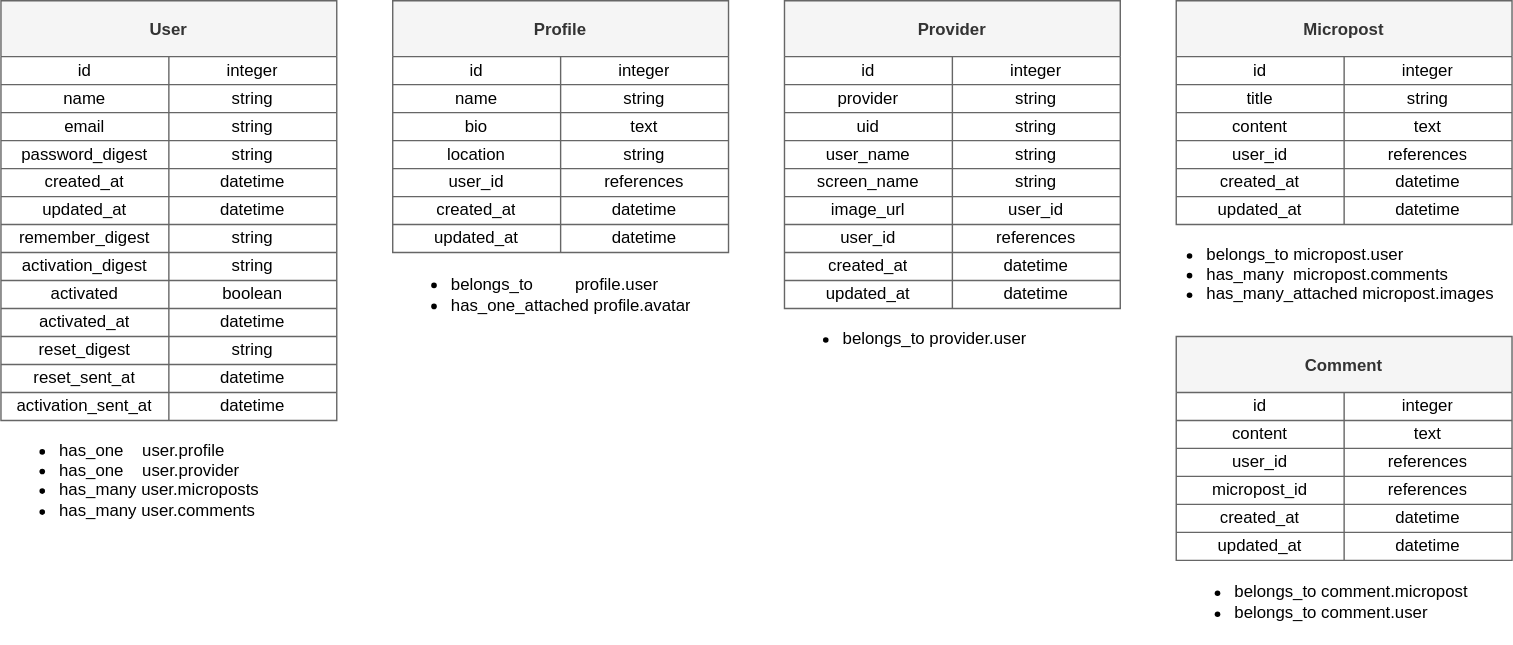
This is doc/images/model-structure.drawio.svg from ittoku703/mizusirazu, a draw.io export, as it was before one commit. Source tidied: cells renumbered, new cells last; positions are measured from the earlier drawing's top-left corner, leaving out a move shared by most shapes.
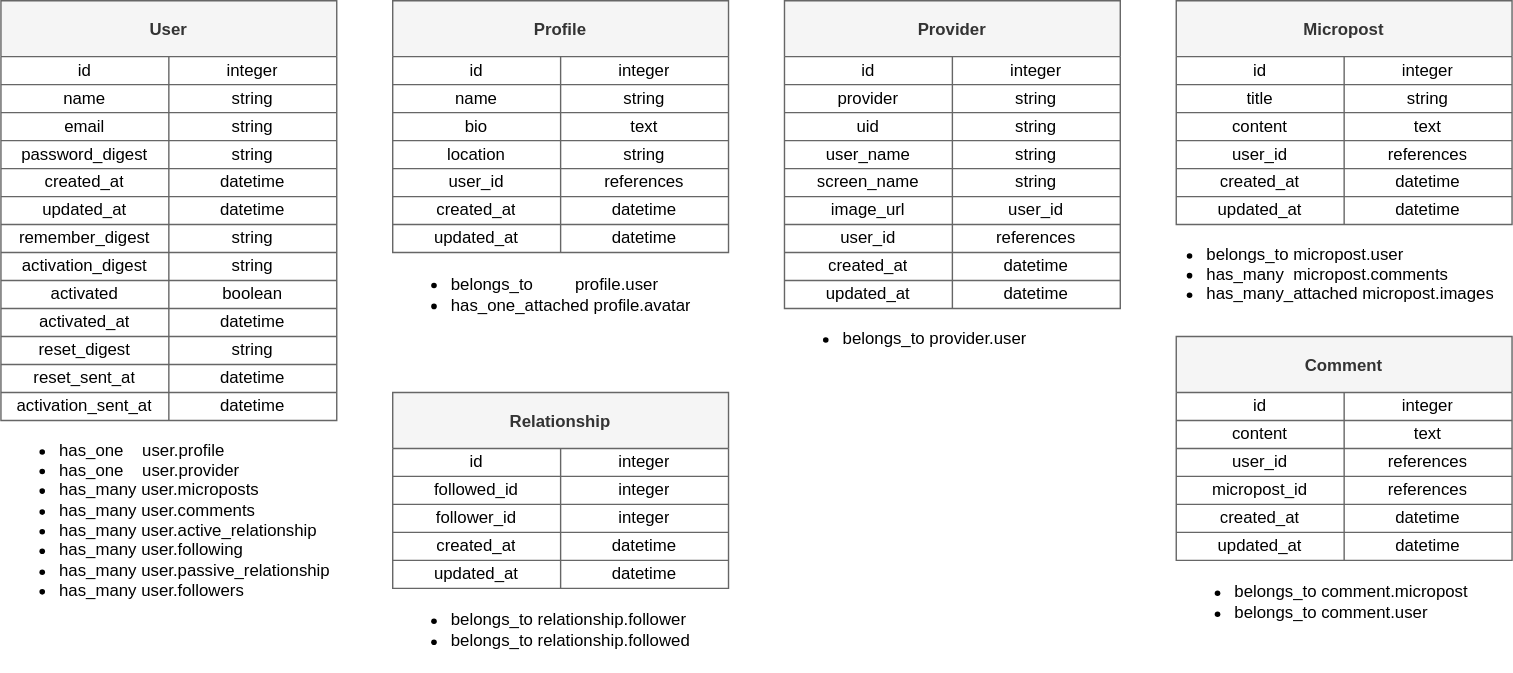
Later version of the same file.

Commit message:
#59 add Relationship model

What changed in the source:
```diff
@@ -188,8 +188,8 @@
     <mxCell id="63" value="datetime" style="shape=partialRectangle;html=1;whiteSpace=wrap;fillColor=none;top=0;left=0;bottom=0;right=0;overflow=hidden;" parent="61" vertex="1">
       <mxGeometry x="120" width="120" height="20" as="geometry" />
     </mxCell>
-    <mxCell id="64" value="&lt;ul&gt;&lt;li&gt;has_one&amp;nbsp; &amp;nbsp; user.profile&lt;/li&gt;&lt;li&gt;has_one&amp;nbsp; &amp;nbsp; user.provider&lt;/li&gt;&lt;li&gt;has_many user.microposts&lt;/li&gt;&lt;li&gt;has_many user.comments&lt;/li&gt;&lt;/ul&gt;" style="text;strokeColor=none;fillColor=none;html=1;whiteSpace=wrap;verticalAlign=middle;overflow=hidden;align=left;" parent="1" vertex="1">
-      <mxGeometry y="300" width="240" height="80" as="geometry" />
+    <mxCell id="64" value="&lt;ul&gt;&lt;li&gt;has_one&amp;nbsp; &amp;nbsp; user.profile&lt;/li&gt;&lt;li&gt;has_one&amp;nbsp; &amp;nbsp; user.provider&lt;/li&gt;&lt;li&gt;has_many user.microposts&lt;/li&gt;&lt;li&gt;has_many user.comments&lt;/li&gt;&lt;li&gt;has_many user.active_relationship&lt;/li&gt;&lt;li&gt;has_many user.following&lt;/li&gt;&lt;li&gt;has_many user.passive_relationship&lt;/li&gt;&lt;li&gt;has_many user.followers&lt;/li&gt;&lt;/ul&gt;" style="text;strokeColor=none;fillColor=none;html=1;whiteSpace=wrap;verticalAlign=middle;overflow=hidden;align=left;" parent="1" vertex="1">
+      <mxGeometry y="300" width="240" height="140" as="geometry" />
     </mxCell>
     <mxCell id="65" value="&lt;ul&gt;&lt;li&gt;belongs_to&amp;nbsp; &amp;nbsp; &amp;nbsp; &amp;nbsp; &amp;nbsp;profile.user&lt;/li&gt;&lt;li&gt;has_one_attached profile.avatar&lt;/li&gt;&lt;/ul&gt;" style="text;strokeColor=none;fillColor=none;html=1;whiteSpace=wrap;verticalAlign=middle;overflow=hidden;align=left;" parent="1" vertex="1">
       <mxGeometry x="280" y="180" width="240" height="60" as="geometry" />
@@ -401,5 +401,56 @@
     <mxCell id="134" value="&lt;ul&gt;&lt;li&gt;belongs_to comment.micropost&lt;/li&gt;&lt;li&gt;belongs_to comment.user&lt;/li&gt;&lt;/ul&gt;" style="text;strokeColor=none;fillColor=none;html=1;whiteSpace=wrap;verticalAlign=middle;overflow=hidden;align=left;" parent="1" vertex="1">
       <mxGeometry x="840" y="400" width="240" height="60" as="geometry" />
     </mxCell>
+    <mxCell id="135" value="Relationship" style="shape=table;startSize=40;fontStyle=1;align=center;fillColor=#f5f5f5;fontColor=#333333;strokeColor=#666666;" parent="1" vertex="1">
+      <mxGeometry x="280" y="280" width="240" height="140" as="geometry" />
+    </mxCell>
+    <mxCell id="136" style="shape=partialRectangle;html=1;whiteSpace=wrap;fillColor=none;top=0;left=0;bottom=0;right=0;" parent="135" vertex="1">
+      <mxGeometry y="40" width="240" height="20" as="geometry" />
+    </mxCell>
+    <mxCell id="137" value="id" style="shape=partialRectangle;html=1;whiteSpace=wrap;fillColor=none;top=0;left=0;bottom=0;right=0;overflow=hidden;" parent="136" vertex="1">
+      <mxGeometry width="120" height="20" as="geometry" />
+    </mxCell>
+    <mxCell id="138" value="integer" style="shape=partialRectangle;html=1;whiteSpace=wrap;fillColor=none;top=0;left=0;bottom=0;right=0;overflow=hidden;" parent="136" vertex="1">
+      <mxGeometry x="120" width="120" height="20" as="geometry" />
+    </mxCell>
+    <mxCell id="139" style="shape=partialRectangle;html=1;whiteSpace=wrap;fillColor=none;top=0;left=0;bottom=0;right=0;" parent="135" vertex="1">
+      <mxGeometry y="60" width="240" height="20" as="geometry" />
+    </mxCell>
+    <mxCell id="140" value="followed_id" style="shape=partialRectangle;html=1;whiteSpace=wrap;fillColor=none;top=0;left=0;bottom=0;right=0;overflow=hidden;" parent="139" vertex="1">
+      <mxGeometry width="120" height="20" as="geometry" />
+    </mxCell>
+    <mxCell id="141" value="integer" style="shape=partialRectangle;html=1;whiteSpace=wrap;fillColor=none;top=0;left=0;bottom=0;right=0;overflow=hidden;" parent="139" vertex="1">
+      <mxGeometry x="120" width="120" height="20" as="geometry" />
+    </mxCell>
+    <mxCell id="142" style="shape=partialRectangle;html=1;whiteSpace=wrap;fillColor=none;top=0;left=0;bottom=0;right=0;" parent="135" vertex="1">
+      <mxGeometry y="80" width="240" height="20" as="geometry" />
+    </mxCell>
+    <mxCell id="143" value="follower_id" style="shape=partialRectangle;html=1;whiteSpace=wrap;fillColor=none;top=0;left=0;bottom=0;right=0;overflow=hidden;" parent="142" vertex="1">
+      <mxGeometry width="120" height="20" as="geometry" />
+    </mxCell>
+    <mxCell id="144" value="integer" style="shape=partialRectangle;html=1;whiteSpace=wrap;fillColor=none;top=0;left=0;bottom=0;right=0;overflow=hidden;" parent="142" vertex="1">
+      <mxGeometry x="120" width="120" height="20" as="geometry" />
+    </mxCell>
+    <mxCell id="145" style="shape=partialRectangle;html=1;whiteSpace=wrap;fillColor=none;top=0;left=0;bottom=0;right=0;" parent="135" vertex="1">
+      <mxGeometry y="100" width="240" height="20" as="geometry" />
+    </mxCell>
+    <mxCell id="146" value="created_at" style="shape=partialRectangle;html=1;whiteSpace=wrap;fillColor=none;top=0;left=0;bottom=0;right=0;overflow=hidden;" parent="145" vertex="1">
+      <mxGeometry width="120" height="20" as="geometry" />
+    </mxCell>
+    <mxCell id="147" value="datetime" style="shape=partialRectangle;html=1;whiteSpace=wrap;fillColor=none;top=0;left=0;bottom=0;right=0;overflow=hidden;" parent="145" vertex="1">
+      <mxGeometry x="120" width="120" height="20" as="geometry" />
+    </mxCell>
+    <mxCell id="148" style="shape=partialRectangle;html=1;whiteSpace=wrap;fillColor=none;top=0;left=0;bottom=0;right=0;" parent="135" vertex="1">
+      <mxGeometry y="120" width="240" height="20" as="geometry" />
+    </mxCell>
+    <mxCell id="149" value="updated_at" style="shape=partialRectangle;html=1;whiteSpace=wrap;fillColor=none;top=0;left=0;bottom=0;right=0;overflow=hidden;" parent="148" vertex="1">
+      <mxGeometry width="120" height="20" as="geometry" />
+    </mxCell>
+    <mxCell id="150" value="datetime" style="shape=partialRectangle;html=1;whiteSpace=wrap;fillColor=none;top=0;left=0;bottom=0;right=0;overflow=hidden;" parent="148" vertex="1">
+      <mxGeometry x="120" width="120" height="20" as="geometry" />
+    </mxCell>
+    <mxCell id="151" value="&lt;ul&gt;&lt;li&gt;belongs_to relationship.follower&lt;/li&gt;&lt;li&gt;belongs_to relationship.followed&lt;/li&gt;&lt;/ul&gt;" style="text;strokeColor=none;fillColor=none;html=1;whiteSpace=wrap;verticalAlign=middle;overflow=hidden;align=left;" parent="1" vertex="1">
+      <mxGeometry x="280" y="420" width="240" height="60" as="geometry" />
+    </mxCell>
   </root>
 </mxGraphModel>
```
